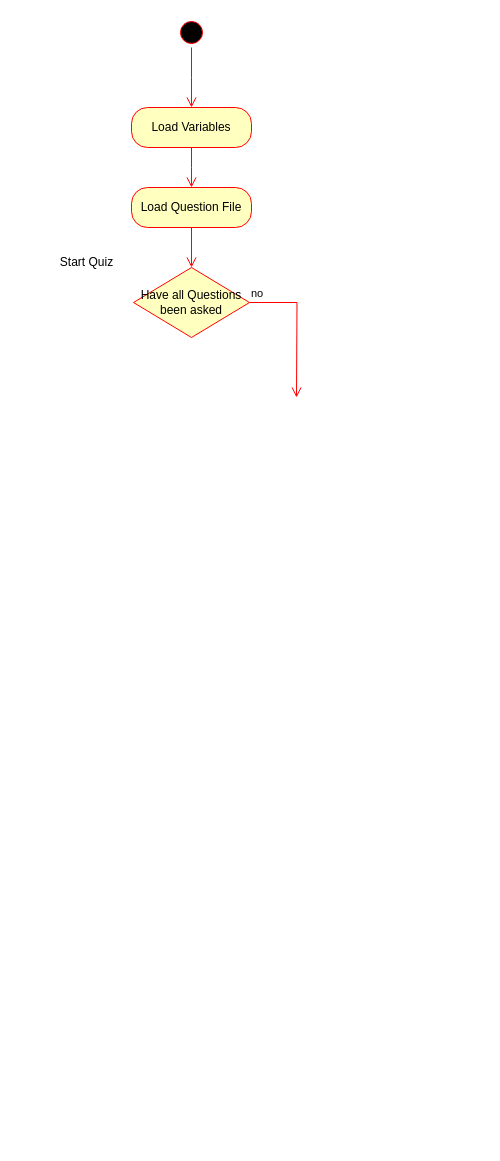
This is Untitled Diagram.drawio from JFinnTeacher/PME-Coding-with-Syntax, a draw.io file, before an edit. Source tidied: cells renumbered, new cells numbered last; positions are measured from the earlier drawing's top-left corner, leaving out a move shared by most shapes. Both pictures are drawn from the tidied source at 100%, with x=0, y=0 at pixel (46, 17).
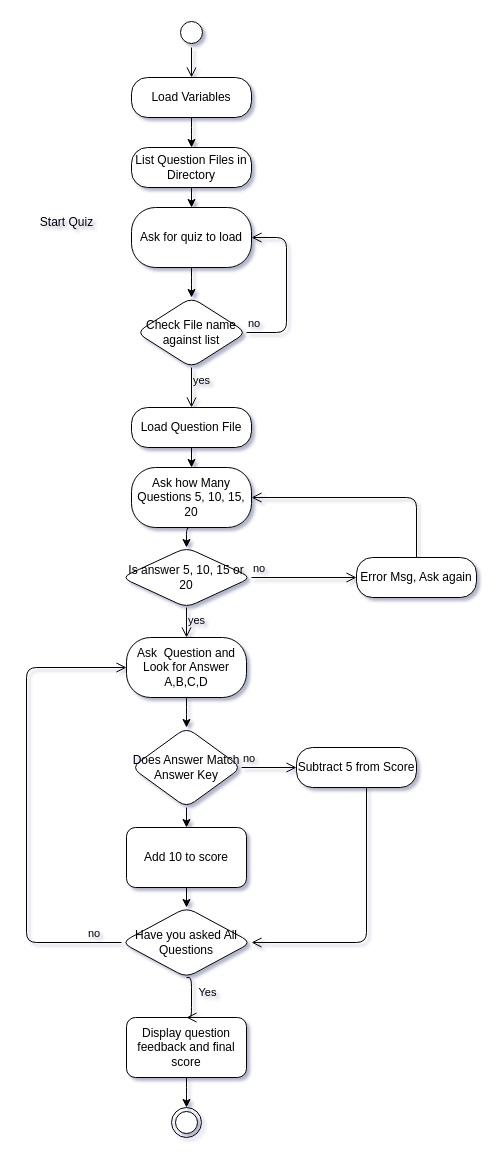
After the change.

What changed in the source:
```diff
@@
-<mxGraphModel>
+<mxGraphModel shadow="1">
@@
+    <mxCell id="11" style="edgeStyle=orthogonalEdgeStyle;rounded=1;jettySize=auto;html=1;labelBackgroundColor=none;fontColor=default;" parent="1" edge="1" source="2" target="37">
+      <mxGeometry relative="1" as="geometry" />
+    </mxCell>
-    <mxCell id="2" value="Load Variables" style="rounded=1;whiteSpace=wrap;html=1;arcSize=40;fontColor=#000000;fillColor=#ffffc0;strokeColor=#ff0000;" parent="1" vertex="1">
-      <mxGeometry x="85" y="90" width="120" height="40" as="geometry" />
+    <mxCell id="2" value="Load Variables" style="rounded=1;whiteSpace=wrap;html=1;arcSize=40;labelBackgroundColor=none;" parent="1" vertex="1">
+      <mxGeometry x="85" y="60" width="120" height="40" as="geometry" />
     </mxCell>
-    <mxCell id="3" style="edgeStyle=orthogonalEdgeStyle;html=1;verticalAlign=bottom;endArrow=open;endSize=8;strokeColor=#ff0000;rounded=0;" parent="1" edge="1" source="2">
-      <mxGeometry relative="1" as="geometry">
-        <mxPoint x="145" y="170" as="targetPoint" />
-      </mxGeometry>
-    </mxCell>
-    <mxCell id="4" style="ellipse;html=1;shape=startState;fillColor=#000000;strokeColor=#ff0000;" parent="1" vertex="1">
+    <mxCell id="4" style="ellipse;html=1;shape=startState;labelBackgroundColor=none;rounded=1;" parent="1" vertex="1">
       <mxGeometry x="130" width="30" height="30" as="geometry" />
     </mxCell>
-    <mxCell id="5" style="edgeStyle=orthogonalEdgeStyle;html=1;verticalAlign=bottom;endArrow=open;endSize=8;strokeColor=#ff0000;rounded=0;" parent="1" edge="1" source="4">
-      <mxGeometry relative="1" as="geometry">
-        <mxPoint x="145" y="90" as="targetPoint" />
-      </mxGeometry>
+    <mxCell id="5" style="edgeStyle=orthogonalEdgeStyle;html=1;verticalAlign=bottom;endArrow=open;endSize=8;rounded=1;entryX=0.5;entryY=0;entryDx=0;entryDy=0;labelBackgroundColor=none;fontColor=default;" parent="1" edge="1" source="4" target="2">
+      <mxGeometry relative="1" as="geometry" />
     </mxCell>
+    <mxCell id="10" value="Start Quiz" style="text;html=1;align=center;verticalAlign=middle;strokeColor=none;fillColor=none;labelBackgroundColor=none;rounded=1;" parent="1" vertex="1">
+      <mxGeometry x="-20" y="190" width="80" height="30" as="geometry" />
+    </mxCell>
+    <mxCell id="12" style="edgeStyle=orthogonalEdgeStyle;rounded=1;jettySize=auto;html=1;exitX=0.5;exitY=1;exitDx=0;exitDy=0;entryX=0.5;entryY=0;entryDx=0;entryDy=0;labelBackgroundColor=none;fontColor=default;" parent="1" edge="1" source="13" target="27">
+      <mxGeometry relative="1" as="geometry" />
+    </mxCell>
+    <mxCell id="13" value="Ask how Many Questions 5, 10, 15, 20" style="whiteSpace=wrap;html=1;rounded=1;arcSize=40;labelBackgroundColor=none;" parent="1" vertex="1">
+      <mxGeometry x="85" y="450" width="120" height="60" as="geometry" />
+    </mxCell>
+    <mxCell id="14" style="edgeStyle=orthogonalEdgeStyle;rounded=1;jettySize=auto;html=1;labelBackgroundColor=none;fontColor=default;" parent="1" edge="1" source="15" target="17">
+      <mxGeometry relative="1" as="geometry" />
+    </mxCell>
+    <mxCell id="15" value="Ask&amp;nbsp; Question and Look for Answer A,B,C,D" style="whiteSpace=wrap;html=1;rounded=1;arcSize=40;labelBackgroundColor=none;" parent="1" vertex="1">
+      <mxGeometry x="80" y="620" width="120" height="60" as="geometry" />
+    </mxCell>
+    <mxCell id="16" style="edgeStyle=orthogonalEdgeStyle;rounded=1;jettySize=auto;html=1;labelBackgroundColor=none;fontColor=default;" parent="1" edge="1" source="17" target="20">
+      <mxGeometry relative="1" as="geometry" />
+    </mxCell>
+    <mxCell id="17" value="Does Answer Match Answer Key" style="rhombus;whiteSpace=wrap;html=1;labelBackgroundColor=none;rounded=1;" parent="1" vertex="1">
+      <mxGeometry x="85" y="710" width="110" height="80" as="geometry" />
+    </mxCell>
+    <mxCell id="18" value="no" style="edgeStyle=orthogonalEdgeStyle;html=1;align=left;verticalAlign=bottom;endArrow=open;endSize=8;rounded=1;entryX=0;entryY=0.5;entryDx=0;entryDy=0;labelBackgroundColor=none;fontColor=default;" parent="1" edge="1" source="17" target="21">
+      <mxGeometry x="-1" relative="1" as="geometry" />
+    </mxCell>
+    <mxCell id="19" style="edgeStyle=orthogonalEdgeStyle;rounded=1;jettySize=auto;html=1;labelBackgroundColor=none;fontColor=default;" parent="1" edge="1" source="20" target="23">
+      <mxGeometry relative="1" as="geometry" />
+    </mxCell>
+    <mxCell id="20" value="Add 10 to score" style="whiteSpace=wrap;html=1;labelBackgroundColor=none;rounded=1;" parent="1" vertex="1">
+      <mxGeometry x="80" y="810" width="120" height="60" as="geometry" />
+    </mxCell>
+    <mxCell id="21" value="Subtract 5 from Score" style="rounded=1;whiteSpace=wrap;html=1;arcSize=40;labelBackgroundColor=none;" parent="1" vertex="1">
+      <mxGeometry x="250" y="730" width="120" height="40" as="geometry" />
+    </mxCell>
+    <mxCell id="22" style="edgeStyle=orthogonalEdgeStyle;html=1;verticalAlign=bottom;endArrow=open;endSize=8;rounded=1;entryX=1;entryY=0.5;entryDx=0;entryDy=0;labelBackgroundColor=none;fontColor=default;" parent="1" edge="1" source="21" target="23">
+      <mxGeometry relative="1" as="geometry">
+        <Array as="points">
+          <mxPoint x="320" y="925" />
+        </Array>
+      </mxGeometry>
+    </mxCell>
+    <mxCell id="23" value="Have you asked All Questions" style="rhombus;whiteSpace=wrap;html=1;labelBackgroundColor=none;rounded=1;" parent="1" vertex="1">
+      <mxGeometry x="75" y="890" width="130" height="70" as="geometry" />
+    </mxCell>
+    <mxCell id="24" value="no" style="edgeStyle=orthogonalEdgeStyle;html=1;align=left;verticalAlign=bottom;endArrow=open;endSize=8;rounded=1;entryX=0;entryY=0.5;entryDx=0;entryDy=0;labelBackgroundColor=none;fontColor=default;" parent="1" edge="1" source="23" target="15">
+      <mxGeometry x="-0.85" relative="1" as="geometry">
+        <Array as="points">
+          <mxPoint x="-20" y="925" />
+          <mxPoint x="-20" y="650" />
+        </Array>
+      </mxGeometry>
+    </mxCell>
+    <mxCell id="25" style="edgeStyle=orthogonalEdgeStyle;rounded=1;jettySize=auto;html=1;labelBackgroundColor=none;fontColor=default;" parent="1" edge="1" source="26" target="34">
+      <mxGeometry relative="1" as="geometry" />
+    </mxCell>
+    <mxCell id="26" value="Display question feedback and final score" style="whiteSpace=wrap;html=1;labelBackgroundColor=none;rounded=1;" parent="1" vertex="1">
+      <mxGeometry x="80" y="1000" width="120" height="60" as="geometry" />
+    </mxCell>
+    <mxCell id="27" value="Is answer 5, 10, 15 or 20" style="rhombus;whiteSpace=wrap;html=1;labelBackgroundColor=none;rounded=1;" parent="1" vertex="1">
+      <mxGeometry x="75" y="530" width="130" height="60" as="geometry" />
+    </mxCell>
+    <mxCell id="28" value="no" style="edgeStyle=orthogonalEdgeStyle;html=1;align=left;verticalAlign=bottom;endArrow=open;endSize=8;rounded=1;entryX=0;entryY=0.5;entryDx=0;entryDy=0;labelBackgroundColor=none;fontColor=default;" parent="1" edge="1" source="27" target="30">
+      <mxGeometry x="-1" relative="1" as="geometry" />
+    </mxCell>
+    <mxCell id="29" value="yes" style="edgeStyle=orthogonalEdgeStyle;html=1;align=left;verticalAlign=top;endArrow=open;endSize=8;rounded=1;entryX=0.5;entryY=0;entryDx=0;entryDy=0;labelBackgroundColor=none;fontColor=default;" parent="1" edge="1" source="27" target="15">
+      <mxGeometry x="-1" relative="1" as="geometry" />
+    </mxCell>
+    <mxCell id="30" value="Error Msg, Ask again" style="rounded=1;whiteSpace=wrap;html=1;arcSize=40;labelBackgroundColor=none;" parent="1" vertex="1">
+      <mxGeometry x="310" y="540" width="120" height="40" as="geometry" />
+    </mxCell>
+    <mxCell id="31" style="edgeStyle=orthogonalEdgeStyle;html=1;verticalAlign=bottom;endArrow=open;endSize=8;rounded=1;entryX=1;entryY=0.5;entryDx=0;entryDy=0;labelBackgroundColor=none;fontColor=default;" parent="1" edge="1" source="30" target="13">
+      <mxGeometry relative="1" as="geometry">
+        <Array as="points">
+          <mxPoint x="370" y="480" />
+        </Array>
+      </mxGeometry>
+    </mxCell>
+    <mxCell id="32" style="edgeStyle=orthogonalEdgeStyle;html=1;align=left;verticalAlign=top;endArrow=open;endSize=8;rounded=1;entryX=0.5;entryY=0;entryDx=0;entryDy=0;exitX=0.5;exitY=1;exitDx=0;exitDy=0;labelBackgroundColor=none;fontColor=default;" parent="1" edge="1" source="23" target="26">
+      <mxGeometry x="-1" relative="1" as="geometry">
+        <Array as="points">
+          <mxPoint x="145" y="960" />
+        </Array>
+      </mxGeometry>
+    </mxCell>
+    <mxCell id="33" value="Yes" style="edgeLabel;html=1;align=center;verticalAlign=middle;labelBackgroundColor=none;rounded=1;" parent="32" vertex="1">
+      <mxGeometry x="-0.24" y="1" relative="1" as="geometry">
+        <mxPoint x="14" as="offset" />
+      </mxGeometry>
+    </mxCell>
+    <mxCell id="34" style="ellipse;html=1;shape=endState;labelBackgroundColor=none;rounded=1;" parent="1" vertex="1">
+      <mxGeometry x="125" y="1090" width="30" height="30" as="geometry" />
+    </mxCell>
+    <mxCell id="35" style="edgeStyle=orthogonalEdgeStyle;rounded=1;jettySize=auto;html=1;entryX=0.5;entryY=0;entryDx=0;entryDy=0;labelBackgroundColor=none;fontColor=default;" parent="1" edge="1" source="6" target="13">
+      <mxGeometry relative="1" as="geometry" />
+    </mxCell>
-    <mxCell id="6" value="Load Question File" style="rounded=1;whiteSpace=wrap;html=1;arcSize=40;fontColor=#000000;fillColor=#ffffc0;strokeColor=#ff0000;" parent="1" vertex="1">
-      <mxGeometry x="85" y="170" width="120" height="40" as="geometry" />
+    <mxCell id="6" value="Load Question File" style="rounded=1;whiteSpace=wrap;html=1;arcSize=40;labelBackgroundColor=none;" parent="1" vertex="1">
+      <mxGeometry x="85" y="390" width="120" height="40" as="geometry" />
     </mxCell>
-    <mxCell id="7" style="edgeStyle=orthogonalEdgeStyle;html=1;verticalAlign=bottom;endArrow=open;endSize=8;strokeColor=#ff0000;rounded=0;entryX=0.5;entryY=0;entryDx=0;entryDy=0;" parent="1" edge="1" source="6" target="8">
-      <mxGeometry relative="1" as="geometry" />
-    </mxCell>
-    <mxCell id="8" value="Have all Questions been asked" style="rhombus;whiteSpace=wrap;html=1;fontColor=#000000;fillColor=#ffffc0;strokeColor=#ff0000;" parent="1" vertex="1">
-      <mxGeometry x="87" y="250" width="116" height="70" as="geometry" />
-    </mxCell>
-    <mxCell id="9" value="no" style="edgeStyle=orthogonalEdgeStyle;html=1;align=left;verticalAlign=bottom;endArrow=open;endSize=8;strokeColor=#ff0000;rounded=0;" parent="1" edge="1" source="8">
-      <mxGeometry x="-1" relative="1" as="geometry">
-        <mxPoint x="250" y="380" as="targetPoint" />
-      </mxGeometry>
-    </mxCell>
-    <mxCell id="10" value="Start Quiz" style="text;html=1;align=center;verticalAlign=middle;strokeColor=none;fillColor=none;" parent="1" vertex="1">
-      <mxGeometry y="230" width="80" height="30" as="geometry" />
-    </mxCell>
+    <mxCell id="36" style="edgeStyle=orthogonalEdgeStyle;rounded=1;jettySize=auto;html=1;labelBackgroundColor=none;fontColor=default;" parent="1" edge="1" source="37" target="39">
+      <mxGeometry relative="1" as="geometry" />
+    </mxCell>
+    <mxCell id="37" value="List Question Files in Directory" style="rounded=1;whiteSpace=wrap;html=1;arcSize=40;labelBackgroundColor=none;" parent="1" vertex="1">
+      <mxGeometry x="85" y="130" width="120" height="40" as="geometry" />
+    </mxCell>
+    <mxCell id="38" style="edgeStyle=orthogonalEdgeStyle;rounded=1;jettySize=auto;html=1;labelBackgroundColor=none;fontColor=default;" parent="1" edge="1" source="39" target="40">
+      <mxGeometry relative="1" as="geometry" />
+    </mxCell>
+    <mxCell id="39" value="Ask for quiz to load" style="whiteSpace=wrap;html=1;rounded=1;arcSize=40;labelBackgroundColor=none;" parent="1" vertex="1">
+      <mxGeometry x="85" y="190" width="120" height="60" as="geometry" />
+    </mxCell>
+    <mxCell id="40" value="Check File name against list" style="rhombus;whiteSpace=wrap;html=1;labelBackgroundColor=none;rounded=1;" parent="1" vertex="1">
+      <mxGeometry x="90" y="280" width="110" height="70" as="geometry" />
+    </mxCell>
+    <mxCell id="41" value="no" style="edgeStyle=orthogonalEdgeStyle;html=1;align=left;verticalAlign=bottom;endArrow=open;endSize=8;rounded=1;entryX=1;entryY=0.5;entryDx=0;entryDy=0;labelBackgroundColor=none;fontColor=default;" parent="1" edge="1" source="40" target="39">
+      <mxGeometry x="-1" relative="1" as="geometry">
+        <Array as="points">
+          <mxPoint x="240" y="315" />
+          <mxPoint x="240" y="220" />
+        </Array>
+      </mxGeometry>
+    </mxCell>
+    <mxCell id="42" value="yes" style="edgeStyle=orthogonalEdgeStyle;html=1;align=left;verticalAlign=top;endArrow=open;endSize=8;rounded=1;entryX=0.5;entryY=0;entryDx=0;entryDy=0;labelBackgroundColor=none;fontColor=default;" parent="1" edge="1" source="40" target="6">
+      <mxGeometry x="-1" relative="1" as="geometry" />
+    </mxCell>
```
